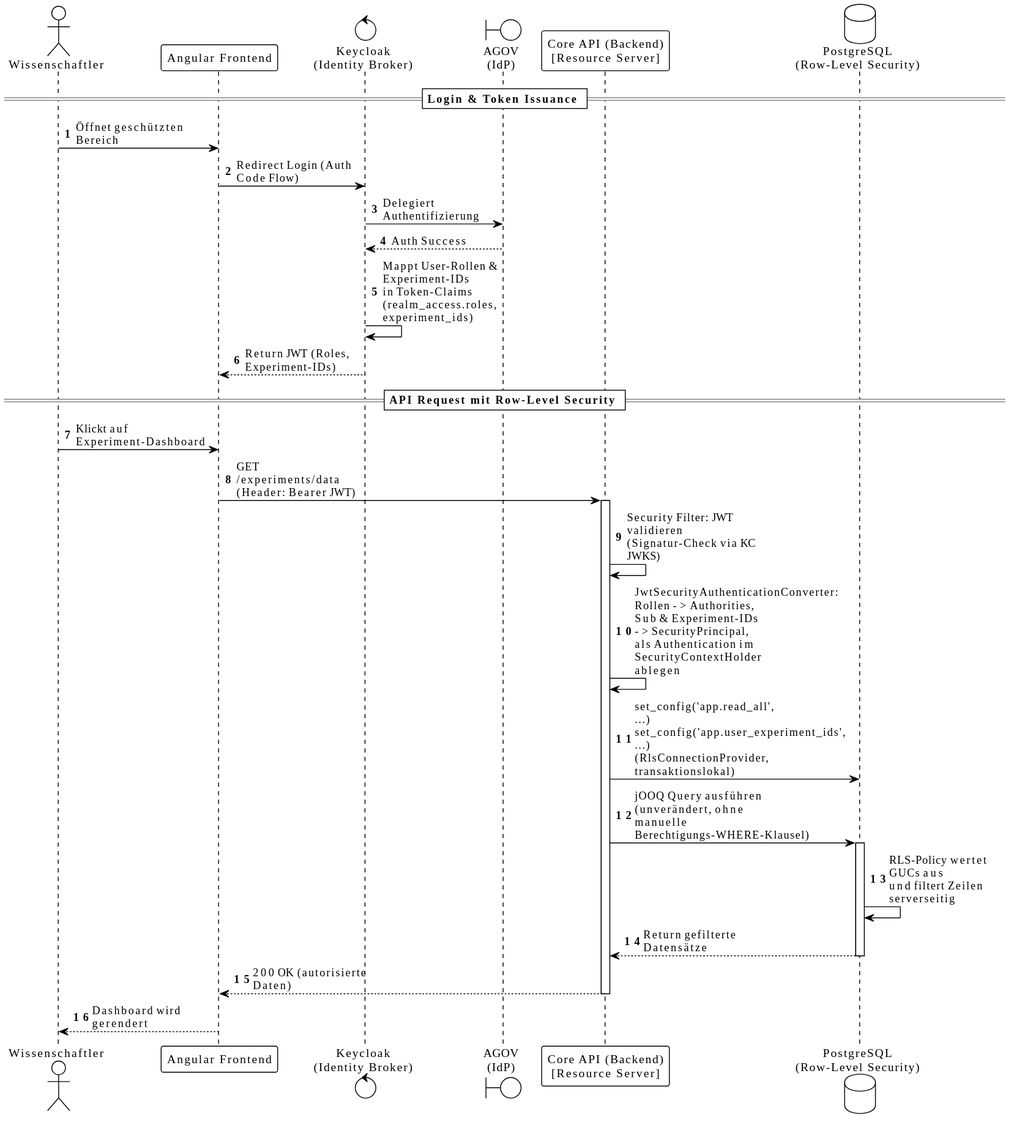
Before: documentation/architecture/images/seq-login-sso.svg, a diagram exported from PlantUML (swisstopo/lg-monteis).
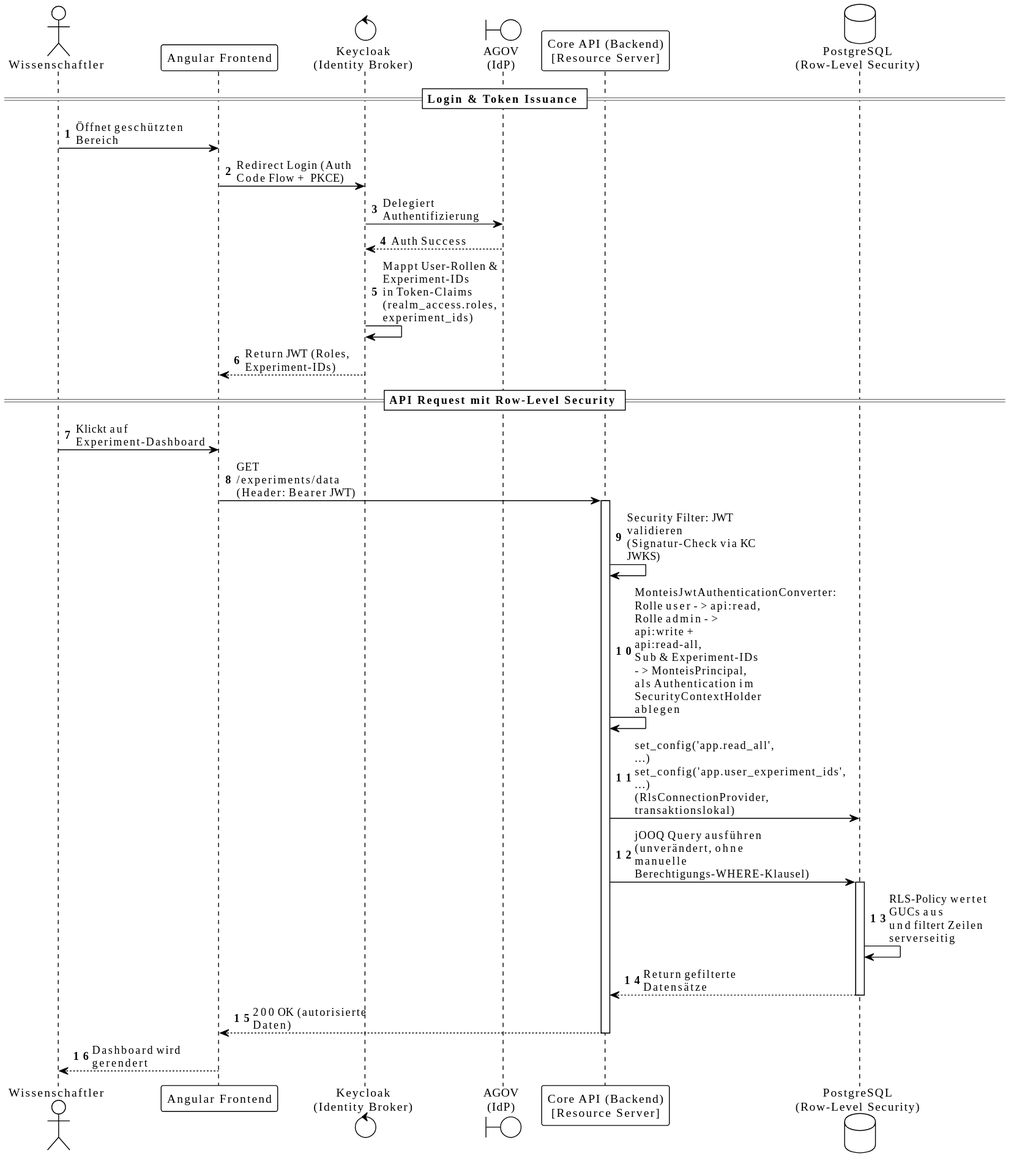
Above is the later version.

What changed in the source:
```diff
@@ -150,7 +150,7 @@
 
 == Login & Token Issuance ==
 User -> UI : Öffnet geschützten Bereich
-UI -> KC : Redirect Login (Auth Code Flow)
+UI -> KC : Redirect Login (Auth Code Flow + PKCE)
 KC -> AGOV : Delegiert Authentifizierung
 AGOV --> KC : Auth Success
 KC -> KC : Mappt User-Rollen & Experiment-IDs\nin Token-Claims (realm_access.roles, experiment_ids)
@@ -162,7 +162,7 @@
 activate Backend
 
 Backend -> Backend : Security Filter: JWT validieren\n(Signatur-Check via KC JWKS)
-Backend -> Backend : JwtSecurityAuthenticationConverter: Rollen -> Authorities,\nSub & Experiment-IDs -> SecurityPrincipal,\nals Authentication im SecurityContextHolder ablegen
+Backend -> Backend : MonteisJwtAuthenticationConverter: Rolle user -> api:read,\nRolle admin -> api:write + api:read-all,\nSub & Experiment-IDs -> MonteisPrincipal,\nals Authentication im SecurityContextHolder ablegen
 
 Backend -> DB : set_config('app.read_all', ...)\nset_config('app.user_experiment_ids', ...)\n(RlsConnectionProvider, transaktionslokal)
 Backend -> DB : jOOQ Query ausführen\n(unverändert, ohne manuelle\nBerechtigungs-WHERE-Klausel)
```
